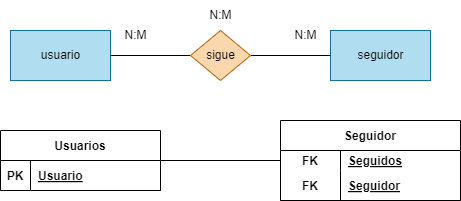
Before: BAE/Tareas/Unidad2/Images/Ejercicio8.drawio.png, a diagram exported from draw.io (ResetMeNow/DAW). Source tidied: cells renumbered, new cells last; positions are measured from the earlier drawing's top-left corner, leaving out a move shared by most shapes.
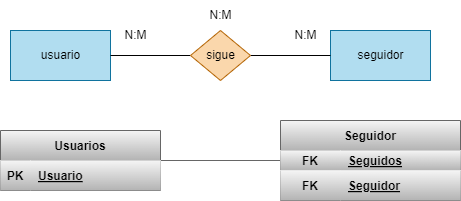
The same file after the commit.

The edit, as a diff of the source:
```diff
@@ -26,40 +26,40 @@
     <mxCell id="9" value="N:M" style="text;html=1;align=center;verticalAlign=middle;strokeColor=none;fillColor=none;" parent="1" vertex="1">
       <mxGeometry x="195" width="50" height="30" as="geometry" />
     </mxCell>
-    <mxCell id="10" style="edgeStyle=none;html=1;entryX=0;entryY=0.5;entryDx=0;entryDy=0;endArrow=none;endFill=0;" parent="1" edge="1" source="11" target="16">
+    <mxCell id="10" style="edgeStyle=none;html=1;entryX=0;entryY=0.5;entryDx=0;entryDy=0;endArrow=none;endFill=0;fillColor=#f5f5f5;gradientColor=#b3b3b3;strokeColor=#666666;" parent="1" edge="1" source="11" target="16">
       <mxGeometry relative="1" as="geometry" />
     </mxCell>
-    <mxCell id="11" value="Usuarios" style="shape=table;startSize=30;rowLines=0;fontStyle=1;align=center;" parent="1" vertex="1">
+    <mxCell id="11" value="Usuarios" style="shape=table;startSize=30;rowLines=0;fontStyle=1;align=center;fillColor=#f5f5f5;gradientColor=#b3b3b3;strokeColor=#666666;" parent="1" vertex="1">
       <mxGeometry y="130" width="160" height="60" as="geometry" />
     </mxCell>
-    <mxCell id="12" style="shape=tableRow;horizontal=0;startSize=0;swimlaneHead=0;swimlaneBody=0;fillColor=none;top=0;left=0;right=0;bottom=1;" parent="11" vertex="1">
+    <mxCell id="12" style="shape=tableRow;horizontal=0;startSize=0;swimlaneHead=0;swimlaneBody=0;fillColor=#f5f5f5;top=0;left=0;right=0;bottom=1;gradientColor=#b3b3b3;strokeColor=#666666;" parent="11" vertex="1">
       <mxGeometry y="30" width="160" height="30" as="geometry" />
     </mxCell>
-    <mxCell id="13" value="PK" style="shape=partialRectangle;fillColor=none;top=0;left=0;bottom=0;right=0;fontStyle=1;overflow=hidden;" parent="12" vertex="1">
+    <mxCell id="13" value="PK" style="shape=partialRectangle;fillColor=#f5f5f5;top=0;left=0;bottom=0;right=0;fontStyle=1;overflow=hidden;gradientColor=#b3b3b3;strokeColor=#666666;" parent="12" vertex="1">
       <mxGeometry width="30" height="30" as="geometry" />
     </mxCell>
-    <mxCell id="14" value="Usuario" style="shape=partialRectangle;fillColor=none;top=0;left=0;bottom=0;right=0;align=left;spacingLeft=6;fontStyle=5;overflow=hidden;" parent="12" vertex="1">
+    <mxCell id="14" value="Usuario" style="shape=partialRectangle;fillColor=#f5f5f5;top=0;left=0;bottom=0;right=0;align=left;spacingLeft=6;fontStyle=5;overflow=hidden;gradientColor=#b3b3b3;strokeColor=#666666;" parent="12" vertex="1">
       <mxGeometry x="30" width="130" height="30" as="geometry" />
     </mxCell>
-    <mxCell id="15" value="Seguidor" style="shape=table;startSize=30;rowLines=0;fontStyle=1;align=center;" parent="1" vertex="1">
+    <mxCell id="15" value="Seguidor" style="shape=table;startSize=30;rowLines=0;fontStyle=1;align=center;fillColor=#f5f5f5;gradientColor=#b3b3b3;strokeColor=#666666;" parent="1" vertex="1">
       <mxGeometry x="280" y="120" width="180" height="80" as="geometry" />
     </mxCell>
-    <mxCell id="16" style="shape=tableRow;horizontal=0;startSize=0;swimlaneHead=0;swimlaneBody=0;fillColor=none;points=[[0,0.5],[1,0.5]];portConstraint=eastwest;top=0;left=0;right=0;bottom=0;" parent="15" vertex="1">
+    <mxCell id="16" style="shape=tableRow;horizontal=0;startSize=0;swimlaneHead=0;swimlaneBody=0;fillColor=#f5f5f5;points=[[0,0.5],[1,0.5]];portConstraint=eastwest;top=0;left=0;right=0;bottom=0;gradientColor=#b3b3b3;strokeColor=#666666;" parent="15" vertex="1">
       <mxGeometry y="30" width="180" height="20" as="geometry" />
     </mxCell>
-    <mxCell id="17" value="FK" style="shape=partialRectangle;fillColor=none;top=0;left=0;bottom=0;right=0;fontStyle=1;overflow=hidden;" parent="16" vertex="1">
+    <mxCell id="17" value="FK" style="shape=partialRectangle;fillColor=#f5f5f5;top=0;left=0;bottom=0;right=0;fontStyle=1;overflow=hidden;gradientColor=#b3b3b3;strokeColor=#666666;" parent="16" vertex="1">
       <mxGeometry width="60" height="20" as="geometry" />
     </mxCell>
-    <mxCell id="18" value="Seguidos" style="shape=partialRectangle;fillColor=none;top=0;left=0;bottom=0;right=0;align=left;spacingLeft=6;fontStyle=5;overflow=hidden;" parent="16" vertex="1">
+    <mxCell id="18" value="Seguidos" style="shape=partialRectangle;fillColor=#f5f5f5;top=0;left=0;bottom=0;right=0;align=left;spacingLeft=6;fontStyle=5;overflow=hidden;gradientColor=#b3b3b3;strokeColor=#666666;" parent="16" vertex="1">
       <mxGeometry x="60" width="120" height="20" as="geometry" />
     </mxCell>
-    <mxCell id="19" style="shape=tableRow;horizontal=0;startSize=0;swimlaneHead=0;swimlaneBody=0;fillColor=none;top=0;left=0;right=0;bottom=1;" parent="15" vertex="1">
+    <mxCell id="19" style="shape=tableRow;horizontal=0;startSize=0;swimlaneHead=0;swimlaneBody=0;fillColor=#f5f5f5;top=0;left=0;right=0;bottom=1;gradientColor=#b3b3b3;strokeColor=#666666;" parent="15" vertex="1">
       <mxGeometry y="50" width="180" height="30" as="geometry" />
     </mxCell>
-    <mxCell id="20" value="FK" style="shape=partialRectangle;fillColor=none;top=0;left=0;bottom=0;right=0;fontStyle=1;overflow=hidden;" parent="19" vertex="1">
+    <mxCell id="20" value="FK" style="shape=partialRectangle;fillColor=#f5f5f5;top=0;left=0;bottom=0;right=0;fontStyle=1;overflow=hidden;gradientColor=#b3b3b3;strokeColor=#666666;" parent="19" vertex="1">
       <mxGeometry width="60" height="30" as="geometry" />
     </mxCell>
-    <mxCell id="21" value="Seguidor" style="shape=partialRectangle;fillColor=none;top=0;left=0;bottom=0;right=0;align=left;spacingLeft=6;fontStyle=5;overflow=hidden;" parent="19" vertex="1">
+    <mxCell id="21" value="Seguidor" style="shape=partialRectangle;fillColor=#f5f5f5;top=0;left=0;bottom=0;right=0;align=left;spacingLeft=6;fontStyle=5;overflow=hidden;gradientColor=#b3b3b3;strokeColor=#666666;" parent="19" vertex="1">
       <mxGeometry x="60" width="120" height="30" as="geometry" />
     </mxCell>
   </root>
```
